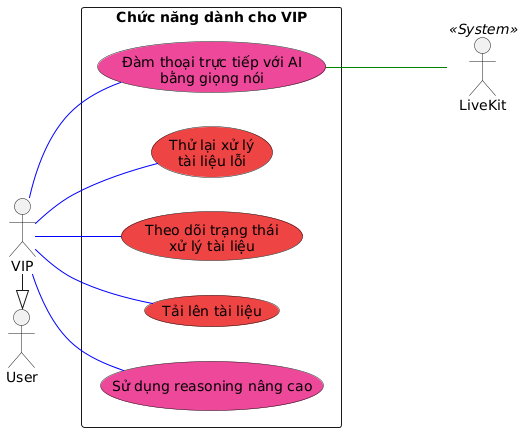
20206205Tech/docs-slide keeps this PlantUML diagram as latex/pictures/UML-UseCase-VIP.png. Above is the earlier version. The source it was exported from:
```plantuml
@startuml
left to right direction
skinparam packageStyle rectangle
skinparam shadowing false

actor "User" as User
actor "VIP" as VIP
actor "LiveKit" as LiveKit << System >>

VIP -|> User

rectangle "Chức năng dành cho VIP" {
  usecase "Sử dụng reasoning nâng cao" as UC_AdvancedReasoning #ec4899
  usecase "Tải lên tài liệu" as UC_UploadDocument #ef4444
  usecase "Theo dõi trạng thái\nxử lý tài liệu" as UC_DocumentStatus #ef4444
  usecase "Thử lại xử lý\ntài liệu lỗi" as UC_RetryDocument #ef4444
  usecase "Đàm thoại trực tiếp với AI\nbằng giọng nói" as UC_VoiceChat #ec4899
}

VIP -- UC_AdvancedReasoning #blue
VIP -- UC_VoiceChat #blue
VIP -- UC_UploadDocument #blue
VIP -- UC_DocumentStatus #blue
VIP -- UC_RetryDocument #blue

UC_VoiceChat --- LiveKit #green
@enduml
```
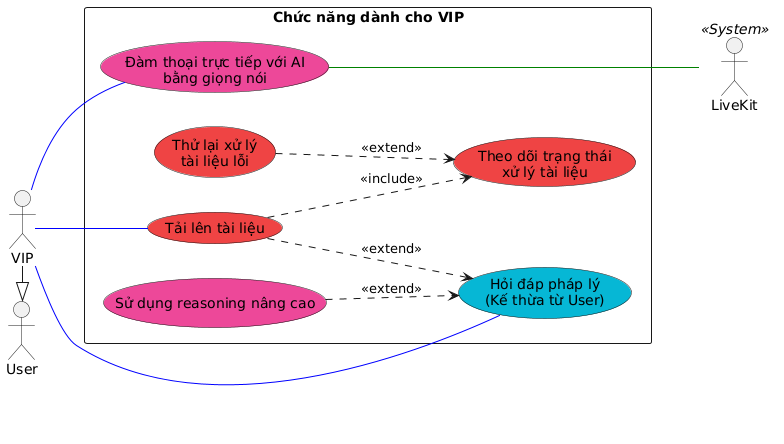
Later version of the same file.

Diff of the diagram source:
```diff
@@ -10,18 +10,23 @@
 VIP -|> User
 
 rectangle "Chức năng dành cho VIP" {
+  usecase "Hỏi đáp pháp lý\n(Kế thừa từ User)" as UC_Chat #06b6d4
   usecase "Sử dụng reasoning nâng cao" as UC_AdvancedReasoning #ec4899
   usecase "Tải lên tài liệu" as UC_UploadDocument #ef4444
   usecase "Theo dõi trạng thái\nxử lý tài liệu" as UC_DocumentStatus #ef4444
   usecase "Thử lại xử lý\ntài liệu lỗi" as UC_RetryDocument #ef4444
   usecase "Đàm thoại trực tiếp với AI\nbằng giọng nói" as UC_VoiceChat #ec4899
+
+  UC_AdvancedReasoning ..> UC_Chat : <<extend>>
+  UC_UploadDocument ..> UC_Chat : <<extend>>
+
+  UC_UploadDocument ..> UC_DocumentStatus : <<include>>
+  UC_RetryDocument ..> UC_DocumentStatus : <<extend>>
 }
 
-VIP -- UC_AdvancedReasoning #blue
+VIP -- UC_Chat #blue
 VIP -- UC_VoiceChat #blue
 VIP -- UC_UploadDocument #blue
-VIP -- UC_DocumentStatus #blue
-VIP -- UC_RetryDocument #blue
 
 UC_VoiceChat --- LiveKit #green
 @enduml
```
